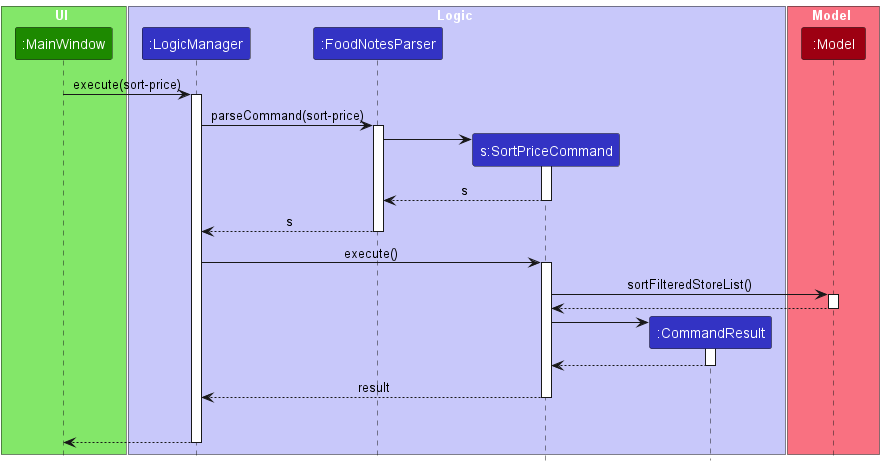
The PlantUML diagram docs/images/SortPriceSequenceDiagram.png in teoks0199/tp, before a commit.
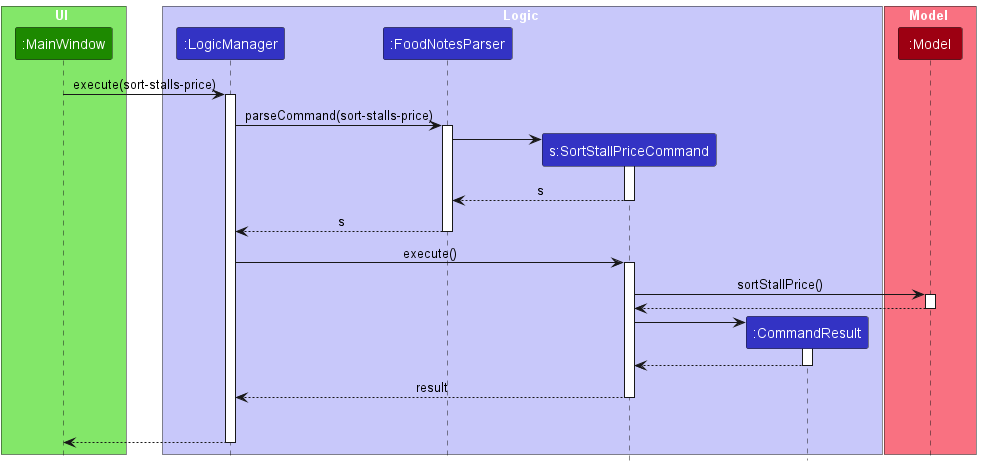
Above is the later version.

Commit message:
Update sort-stalls-price in DG

Change to the diagram source:
```diff
@@ -9,17 +9,17 @@
 box Logic LOGIC_COLOR_T1
 participant ":LogicManager" as LogicManager LOGIC_COLOR
 participant ":FoodNotesParser" as FoodNotesParser LOGIC_COLOR
-participant "s:SortPriceCommand" as SortPriceCommand LOGIC_COLOR
+participant "s:SortStallPriceCommand" as SortPriceCommand LOGIC_COLOR
 participant ":CommandResult" as CommandResult LOGIC_COLOR
 end box
 
 box Model MODEL_COLOR_T1
 participant ":Model" as Model MODEL_COLOR
 end box
-MainWindow -> LogicManager : execute(sort-price)
+MainWindow -> LogicManager : execute(sort-stalls-price)
 activate LogicManager
 
-LogicManager -> FoodNotesParser : parseCommand(sort-price)
+LogicManager -> FoodNotesParser : parseCommand(sort-stalls-price)
 activate FoodNotesParser
 
 create SortPriceCommand
@@ -35,7 +35,7 @@
 LogicManager -> SortPriceCommand : execute()
 activate SortPriceCommand
 
-SortPriceCommand -> Model : sortFilteredStoreList()
+SortPriceCommand -> Model : sortStallPrice()
 activate Model
 
 
```
